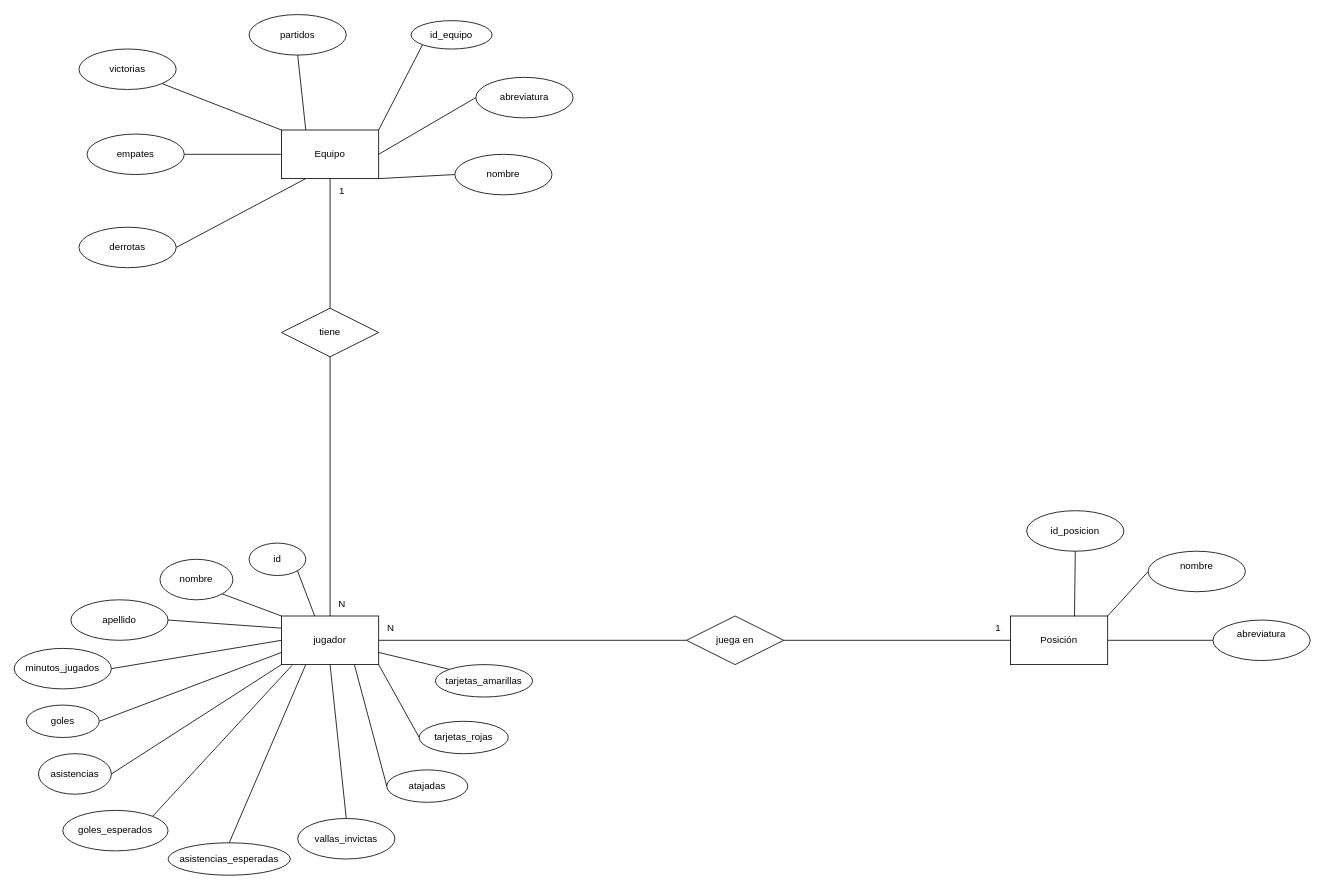
The draw.io diagram design/mer-premier-league-analytics.drawio in NachoParedes/premier-league-analytics, before the edit. Source tidied: cells renumbered, new cells numbered last; positions are measured from the earlier drawing's top-left corner, leaving out a move shared by most shapes. Both pictures are drawn from the tidied source at 81%, with x=0, y=0 at pixel (14, 15).
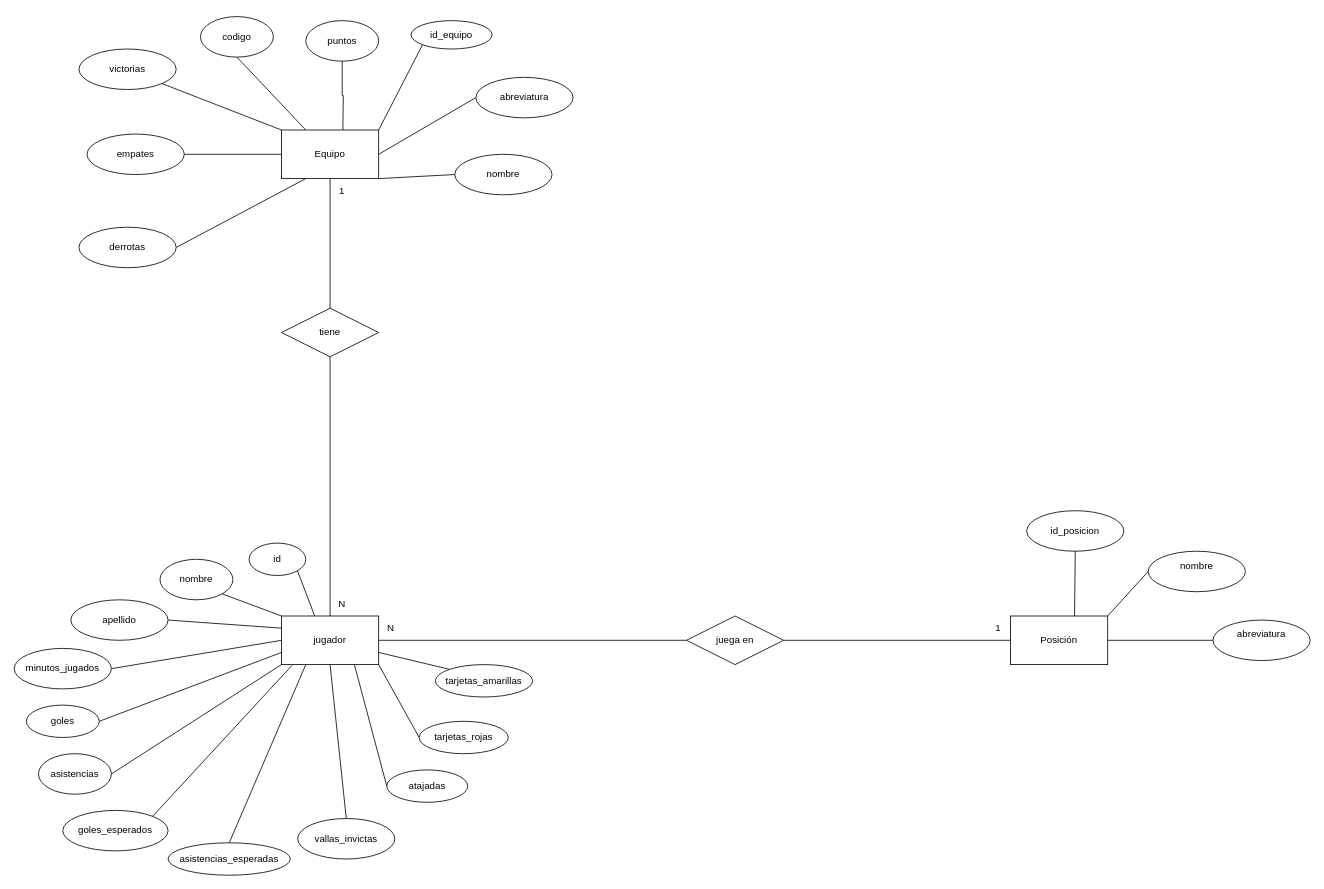
The same page after the edit.

Commit message (it also covers changes not shown here):
feat: actualizar tabla equipo con puntos y metricas de rendimiento

Diff of the diagram source:
```diff
@@
-    <mxCell id="29" value="partidos" style="ellipse;whiteSpace=wrap;html=1;shapeInside=1;" parent="1" vertex="1">
-      <mxGeometry x="290" y="-0.5" width="120" height="50" as="geometry" />
+    <mxCell id="29" value="codigo" style="ellipse;whiteSpace=wrap;html=1;shapeInside=1;" parent="1" vertex="1">
+      <mxGeometry x="230" y="2" width="90" height="50" as="geometry" />
     </mxCell>
@@
+    <mxCell id="59" value="puntos" style="ellipse;whiteSpace=wrap;html=1;shapeInside=1;" parent="1" vertex="1">
+      <mxGeometry x="360" y="7" width="90" height="50" as="geometry" />
+    </mxCell>
+    <mxCell id="60" style="edgeStyle=orthogonalEdgeStyle;rounded=0;jettySize=auto;html=1;exitX=0.5;exitY=1;exitDx=0;exitDy=0;endArrow=none;endFill=0;" parent="1" edge="1" source="59">
+      <mxGeometry relative="1" as="geometry">
+        <mxPoint x="405.8" y="142" as="targetPoint" />
+      </mxGeometry>
+    </mxCell>
```
